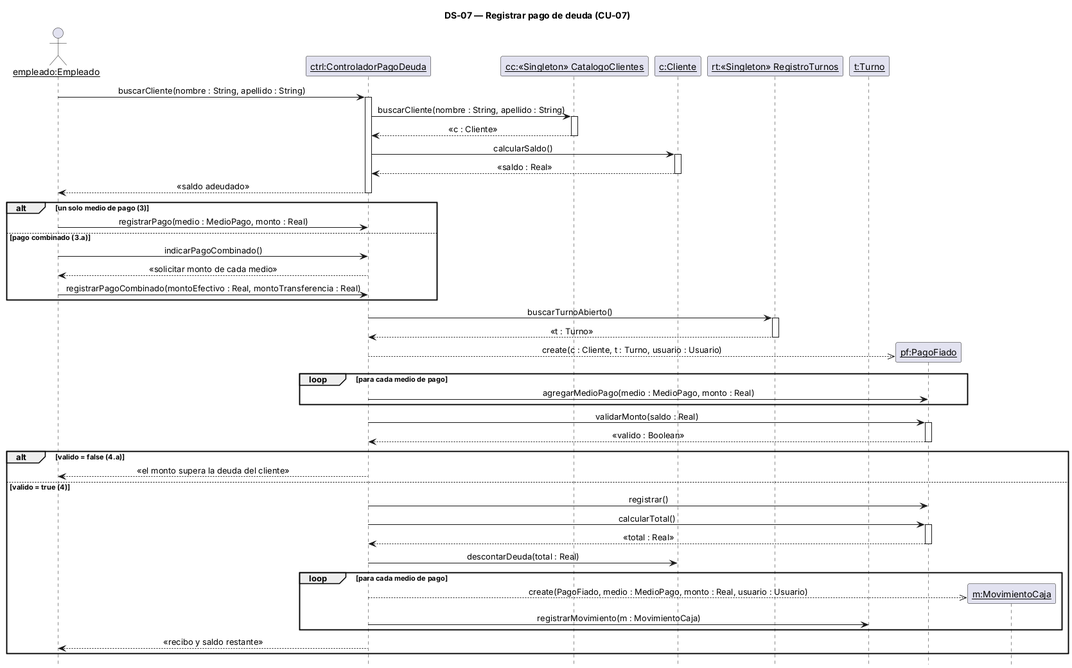
Before: 08-Diagrama De Secuencia/DS-07 Registrar pago de deuda.png, a diagram exported from PlantUML (alanbalzaretti123/control-de-stock1).
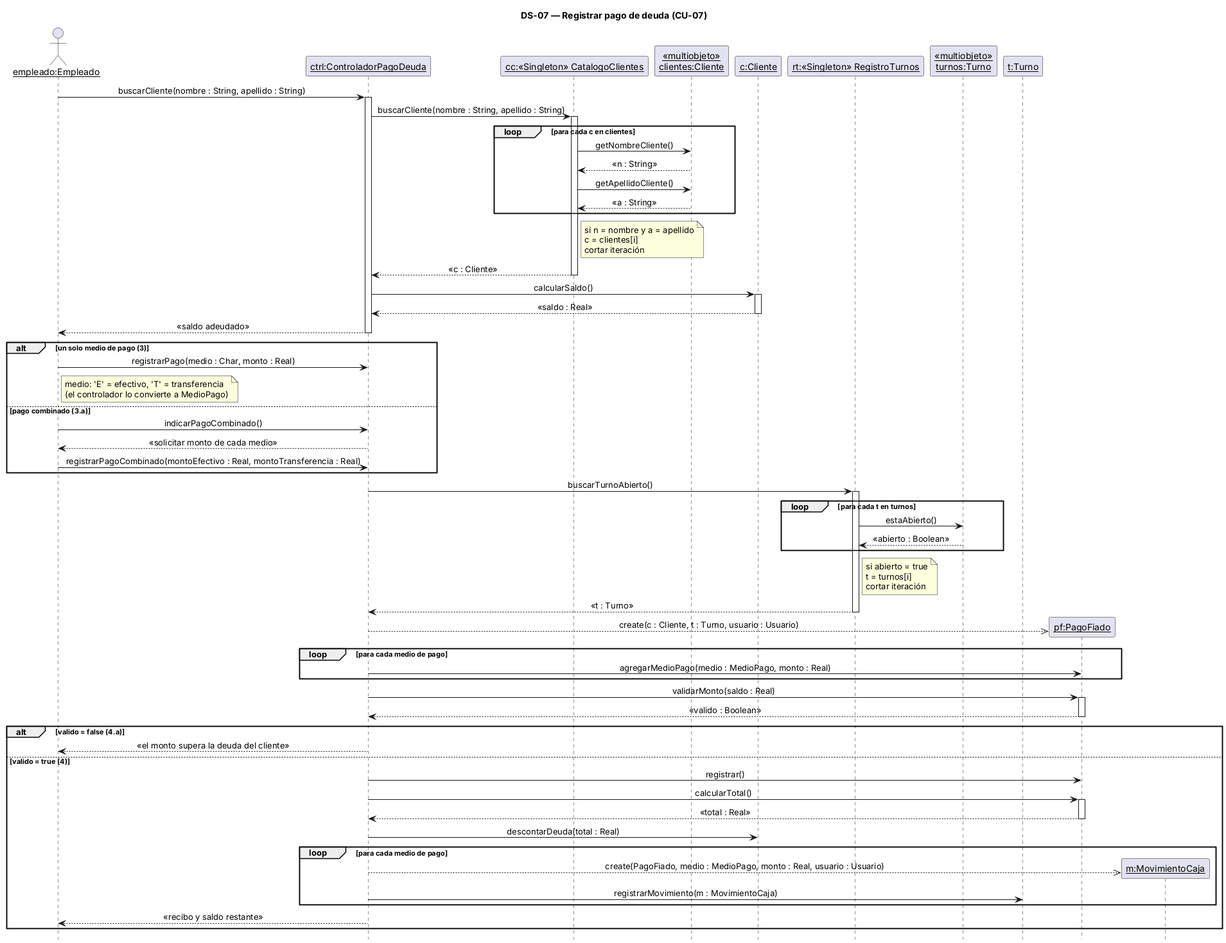
Above is the later version.

What changed in the source:
```diff
@@ -8,14 +8,23 @@
 actor "empleado:Empleado" as U
 participant "ctrl:ControladorPagoDeuda" as C
 participant "cc:«Singleton» CatalogoClientes" as CC
+participant "«multiobjeto»\nclientes:Cliente" as MCL
 participant "c:Cliente" as CL
 participant "rt:«Singleton» RegistroTurnos" as RT
+participant "«multiobjeto»\nturnos:Turno" as MTU
 participant "t:Turno" as T
 
 U -> C : buscarCliente(nombre : String, apellido : String)
 activate C
 C -> CC : buscarCliente(nombre : String, apellido : String)
 activate CC
+loop para cada c en clientes
+  CC -> MCL : getNombreCliente()
+  MCL --> CC : «n : String»
+  CC -> MCL : getApellidoCliente()
+  MCL --> CC : «a : String»
+end
+note right of CC : si n = nombre y a = apellido\nc = clientes[i]\ncortar iteración
 CC --> C : «c : Cliente»
 deactivate CC
 C -> CL : calcularSaldo()
@@ -26,7 +35,8 @@
 deactivate C
 
 alt un solo medio de pago (3)
-  U -> C : registrarPago(medio : MedioPago, monto : Real)
+  U -> C : registrarPago(medio : Char, monto : Real)
+  note right of U : medio: 'E' = efectivo, 'T' = transferencia\n(el controlador lo convierte a MedioPago)
 else pago combinado (3.a)
   U -> C : indicarPagoCombinado()
   C --> U : «solicitar monto de cada medio»
@@ -35,6 +45,11 @@
 activate C
 C -> RT : buscarTurnoAbierto()
 activate RT
+loop para cada t en turnos
+  RT -> MTU : estaAbierto()
+  MTU --> RT : «abierto : Boolean»
+end
+note right of RT : si abierto = true\nt = turnos[i]\ncortar iteración
 RT --> C : «t : Turno»
 deactivate RT
 create participant "pf:PagoFiado" as PF
```
